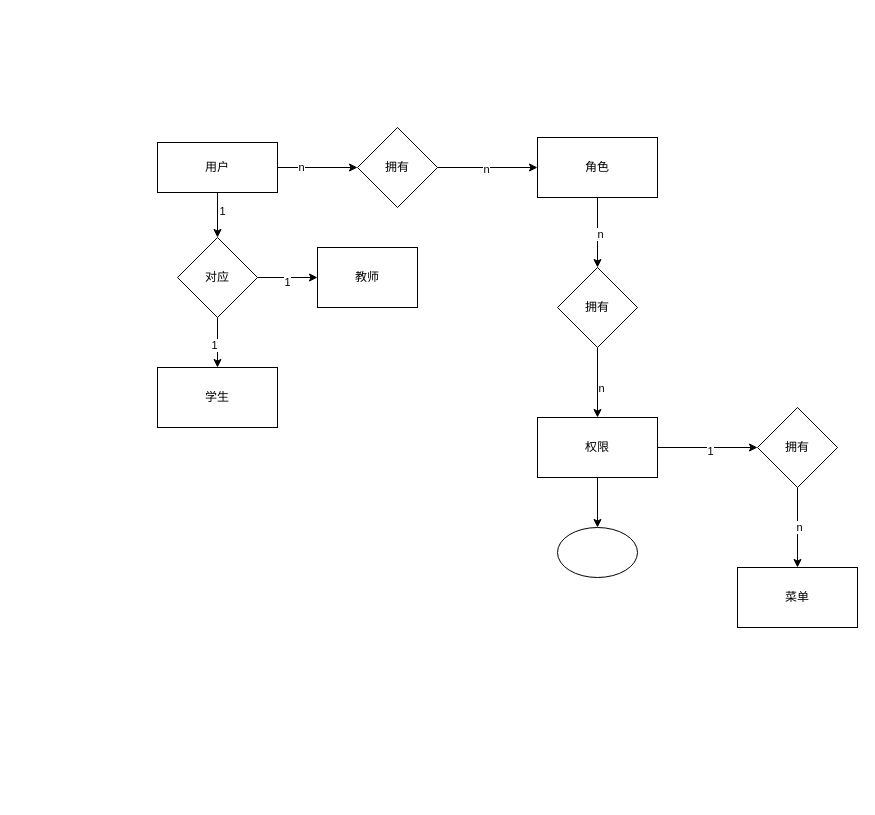
The draw.io diagram 未命名绘图.drawio in ytrLove/text_repo, before the edit. Source tidied: cells renumbered, new cells numbered last; positions are measured from the earlier drawing's top-left corner, leaving out a move shared by most shapes. Both pictures are drawn from the tidied source at 100%, with x=0, y=0 at pixel (157, 127).
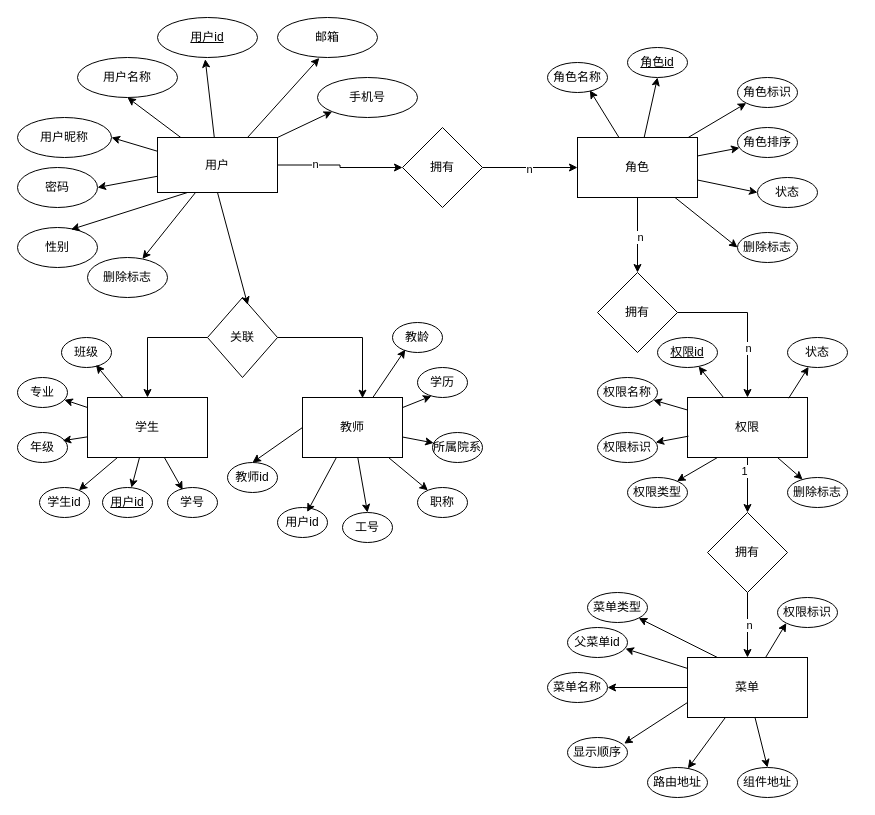
Above is the later version.

Commit message:
用户管理模块er.drawio

The change refers to these unchanged cells:
```xml
<mxCell id="13" style="edgeStyle=orthogonalEdgeStyle;rounded=0;jettySize=auto;html=1;entryX=0.5;entryY=0;entryDx=0;entryDy=0;" parent="1" edge="1" source="15" target="19">
  <mxGeometry relative="1" as="geometry" />
</mxCell>
```

What changed in the source:
```diff
@@
-    <mxCell id="4" style="edgeStyle=orthogonalEdgeStyle;rounded=0;jettySize=auto;html=1;" parent="1" edge="1" source="6" target="28">
-      <mxGeometry relative="1" as="geometry" />
-    </mxCell>
-    <mxCell id="5" value="1" style="edgeLabel;html=1;align=center;verticalAlign=middle;" parent="4" vertex="1">
-      <mxGeometry x="-0.18" y="4" relative="1" as="geometry" />
-    </mxCell>
+    <mxCell id="32" style="edgeStyle=none;rounded=0;jettySize=auto;html=1;entryX=0.5;entryY=1;entryDx=0;entryDy=0;" parent="1" edge="1" source="6" target="58">
+      <mxGeometry relative="1" as="geometry" />
+    </mxCell>
+    <mxCell id="33" style="edgeStyle=none;rounded=0;jettySize=auto;html=1;exitX=0;exitY=0.25;exitDx=0;exitDy=0;entryX=1;entryY=0.5;entryDx=0;entryDy=0;" parent="1" edge="1" source="6" target="59">
+      <mxGeometry relative="1" as="geometry" />
+    </mxCell>
+    <mxCell id="34" style="edgeStyle=none;rounded=0;jettySize=auto;html=1;entryX=1;entryY=0.5;entryDx=0;entryDy=0;" parent="1" edge="1" source="6" target="60">
+      <mxGeometry relative="1" as="geometry" />
+    </mxCell>
+    <mxCell id="35" style="edgeStyle=none;rounded=0;jettySize=auto;html=1;exitX=1;exitY=0;exitDx=0;exitDy=0;entryX=0;entryY=1;entryDx=0;entryDy=0;" parent="1" edge="1" source="6" target="63">
+      <mxGeometry relative="1" as="geometry" />
+    </mxCell>
+    <mxCell id="36" style="edgeStyle=none;rounded=0;jettySize=auto;html=1;" parent="1" edge="1" source="6" target="61">
+      <mxGeometry relative="1" as="geometry" />
+    </mxCell>
     <mxCell id="6" value="用户" style="rounded=0;whiteSpace=wrap;html=1;" parent="1" vertex="1">
-      <mxGeometry y="15" width="120" height="50" as="geometry" />
+      <mxGeometry y="10" width="120" height="55" as="geometry" />
     </mxCell>
@@
     <mxCell id="9" value="拥有" style="rhombus;whiteSpace=wrap;html=1;" parent="1" vertex="1">
-      <mxGeometry x="200" width="80" height="80" as="geometry" />
+      <mxGeometry x="245" width="80" height="80" as="geometry" />
     </mxCell>
@@
+    <mxCell id="37" style="edgeStyle=none;rounded=0;jettySize=auto;html=1;entryX=0.5;entryY=1;entryDx=0;entryDy=0;" parent="1" edge="1" source="12" target="90">
+      <mxGeometry relative="1" as="geometry" />
+    </mxCell>
+    <mxCell id="38" style="edgeStyle=none;rounded=0;jettySize=auto;html=1;entryX=0;entryY=1;entryDx=0;entryDy=0;" parent="1" edge="1" source="12" target="96">
+      <mxGeometry relative="1" as="geometry" />
+    </mxCell>
+    <mxCell id="39" style="edgeStyle=none;rounded=0;jettySize=auto;html=1;" parent="1" edge="1" source="12" target="94">
+      <mxGeometry relative="1" as="geometry" />
+    </mxCell>
+    <mxCell id="40" style="edgeStyle=none;rounded=0;jettySize=auto;html=1;entryX=0;entryY=0.5;entryDx=0;entryDy=0;" parent="1" edge="1" source="12" target="93">
+      <mxGeometry relative="1" as="geometry" />
+    </mxCell>
+    <mxCell id="41" style="edgeStyle=none;rounded=0;jettySize=auto;html=1;entryX=0;entryY=0.5;entryDx=0;entryDy=0;" parent="1" edge="1" source="12" target="95">
+      <mxGeometry relative="1" as="geometry" />
+    </mxCell>
     <mxCell id="12" value="角色" style="rounded=0;whiteSpace=wrap;html=1;" parent="1" vertex="1">
-      <mxGeometry x="380" y="10" width="120" height="60" as="geometry" />
+      <mxGeometry x="420" y="10" width="120" height="60" as="geometry" />
     </mxCell>
@@
     <mxCell id="14" value="n" style="edgeLabel;html=1;align=center;verticalAlign=middle;" parent="13" vertex="1">
-      <mxGeometry x="0.13" y="3" relative="1" as="geometry" />
+      <mxGeometry x="0.36" relative="1" as="geometry" />
     </mxCell>
     <mxCell id="15" value="拥有" style="rhombus;whiteSpace=wrap;html=1;" parent="1" vertex="1">
-      <mxGeometry x="400" y="140" width="80" height="80" as="geometry" />
+      <mxGeometry x="440" y="145" width="80" height="80" as="geometry" />
     </mxCell>
-    <mxCell id="16" style="edgeStyle=orthogonalEdgeStyle;rounded=0;jettySize=auto;html=1;entryX=0;entryY=0.5;entryDx=0;entryDy=0;" parent="1" edge="1" source="19" target="22">
+    <mxCell id="16" style="edgeStyle=orthogonalEdgeStyle;rounded=0;jettySize=auto;html=1;entryX=0.5;entryY=0;entryDx=0;entryDy=0;" parent="1" edge="1" source="19" target="22">
       <mxGeometry relative="1" as="geometry" />
     </mxCell>
-    <mxCell id="17" value="1" style="edgeLabel;html=1;align=center;verticalAlign=middle;" parent="16" vertex="1">
-      <mxGeometry x="0.03" y="-3" relative="1" as="geometry" />
-    </mxCell>
-    <mxCell id="18" style="edgeStyle=orthogonalEdgeStyle;rounded=0;jettySize=auto;html=1;" parent="1" edge="1" source="19" target="31">
-      <mxGeometry relative="1" as="geometry" />
-    </mxCell>
+    <mxCell id="42" value="1" style="edgeLabel;html=1;align=center;verticalAlign=middle;" parent="16" vertex="1">
+      <mxGeometry x="-0.53" y="-4" relative="1" as="geometry" />
+    </mxCell>
+    <mxCell id="43" style="edgeStyle=none;rounded=0;jettySize=auto;html=1;" parent="1" edge="1" source="19" target="97">
+      <mxGeometry relative="1" as="geometry" />
+    </mxCell>
+    <mxCell id="44" style="edgeStyle=none;rounded=0;jettySize=auto;html=1;" parent="1" edge="1" source="19" target="106">
+      <mxGeometry relative="1" as="geometry" />
+    </mxCell>
     <mxCell id="19" value="权限" style="rounded=0;whiteSpace=wrap;html=1;" parent="1" vertex="1">
-      <mxGeometry x="380" y="290" width="120" height="60" as="geometry" />
+      <mxGeometry x="530" y="270" width="120" height="60" as="geometry" />
     </mxCell>
@@
     <mxCell id="22" value="拥有" style="rhombus;whiteSpace=wrap;html=1;" parent="1" vertex="1">
-      <mxGeometry x="600" y="280" width="80" height="80" as="geometry" />
+      <mxGeometry x="550" y="385" width="80" height="80" as="geometry" />
     </mxCell>
+    <mxCell id="45" style="edgeStyle=none;rounded=0;jettySize=auto;html=1;" parent="1" edge="1" source="23" target="107">
+      <mxGeometry relative="1" as="geometry" />
+    </mxCell>
+    <mxCell id="46" style="edgeStyle=none;rounded=0;jettySize=auto;html=1;" parent="1" edge="1" source="23" target="111">
+      <mxGeometry relative="1" as="geometry" />
+    </mxCell>
+    <mxCell id="47" style="edgeStyle=none;rounded=0;jettySize=auto;html=1;entryX=0.5;entryY=0;entryDx=0;entryDy=0;" parent="1" edge="1" source="23" target="113">
+      <mxGeometry relative="1" as="geometry" />
+    </mxCell>
+    <mxCell id="48" style="edgeStyle=none;rounded=0;jettySize=auto;html=1;exitX=0.25;exitY=0;exitDx=0;exitDy=0;entryX=1;entryY=1;entryDx=0;entryDy=0;" parent="1" edge="1" source="23" target="114">
+      <mxGeometry relative="1" as="geometry" />
+    </mxCell>
+    <mxCell id="49" style="edgeStyle=none;rounded=0;jettySize=auto;html=1;entryX=0;entryY=1;entryDx=0;entryDy=0;" parent="1" edge="1" source="23" target="115">
+      <mxGeometry relative="1" as="geometry" />
+    </mxCell>
     <mxCell id="23" value="菜单" style="rounded=0;whiteSpace=wrap;html=1;" parent="1" vertex="1">
-      <mxGeometry x="580" y="440" width="120" height="60" as="geometry" />
+      <mxGeometry x="530" y="530" width="120" height="60" as="geometry" />
     </mxCell>
-    <mxCell id="24" style="edgeStyle=orthogonalEdgeStyle;rounded=0;jettySize=auto;html=1;" parent="1" edge="1" source="28">
-      <mxGeometry relative="1" as="geometry">
-        <mxPoint x="60" y="240" as="targetPoint" />
-      </mxGeometry>
-    </mxCell>
-    <mxCell id="25" value="1" style="edgeLabel;html=1;align=center;verticalAlign=middle;" parent="24" vertex="1">
-      <mxGeometry x="0.09" y="-4" relative="1" as="geometry" />
-    </mxCell>
+    <mxCell id="50" style="edgeStyle=orthogonalEdgeStyle;rounded=0;jettySize=auto;html=1;exitX=0;exitY=0.5;exitDx=0;exitDy=0;entryX=0.5;entryY=0;entryDx=0;entryDy=0;" parent="1" edge="1" source="28" target="29">
+      <mxGeometry relative="1" as="geometry" />
+    </mxCell>
+    <mxCell id="28" value="关联" style="rhombus;whiteSpace=wrap;html=1;rounded=0;" parent="1" vertex="1">
+      <mxGeometry x="50" y="170" width="70" height="80" as="geometry" />
+    </mxCell>
+    <mxCell id="51" style="edgeStyle=none;rounded=0;jettySize=auto;html=1;exitX=0.25;exitY=1;exitDx=0;exitDy=0;" parent="1" edge="1" source="29" target="67">
+      <mxGeometry relative="1" as="geometry" />
+    </mxCell>
+    <mxCell id="52" style="edgeStyle=none;rounded=0;jettySize=auto;html=1;" parent="1" edge="1" source="29" target="68">
+      <mxGeometry relative="1" as="geometry" />
+    </mxCell>
+    <mxCell id="53" style="edgeStyle=none;rounded=0;jettySize=auto;html=1;" parent="1" edge="1" source="29" target="76">
+      <mxGeometry relative="1" as="geometry" />
+    </mxCell>
+    <mxCell id="29" value="学生" style="whiteSpace=wrap;html=1;rounded=0;" parent="1" vertex="1">
+      <mxGeometry x="-70" y="270" width="120" height="60" as="geometry" />
+    </mxCell>
+    <mxCell id="54" style="edgeStyle=none;rounded=0;jettySize=auto;html=1;exitX=0;exitY=0.5;exitDx=0;exitDy=0;entryX=0.5;entryY=0;entryDx=0;entryDy=0;" parent="1" edge="1" source="30" target="80">
+      <mxGeometry relative="1" as="geometry" />
+    </mxCell>
+    <mxCell id="55" style="edgeStyle=none;rounded=0;jettySize=auto;html=1;entryX=0.5;entryY=0;entryDx=0;entryDy=0;" parent="1" edge="1" source="30" target="86">
+      <mxGeometry relative="1" as="geometry" />
+    </mxCell>
+    <mxCell id="56" style="edgeStyle=none;rounded=0;jettySize=auto;html=1;" parent="1" edge="1" source="30" target="83">
+      <mxGeometry relative="1" as="geometry" />
+    </mxCell>
+    <mxCell id="57" style="edgeStyle=none;rounded=0;jettySize=auto;html=1;" parent="1" edge="1" source="30" target="82">
+      <mxGeometry relative="1" as="geometry" />
+    </mxCell>
+    <mxCell id="30" value="教师" style="whiteSpace=wrap;html=1;rounded=0;" parent="1" vertex="1">
+      <mxGeometry x="145" y="270" width="100" height="60" as="geometry" />
+    </mxCell>
+    <mxCell id="58" value="用户名称" style="ellipse;whiteSpace=wrap;html=1;align=center;" parent="1" vertex="1">
+      <mxGeometry x="-80" y="-70" width="100" height="40" as="geometry" />
+    </mxCell>
+    <mxCell id="59" value="用户昵称" style="ellipse;whiteSpace=wrap;html=1;align=center;" parent="1" vertex="1">
+      <mxGeometry x="-140" y="-10" width="94" height="40" as="geometry" />
+    </mxCell>
+    <mxCell id="60" value="密码" style="ellipse;whiteSpace=wrap;html=1;align=center;" parent="1" vertex="1">
+      <mxGeometry x="-140" y="40" width="80" height="40" as="geometry" />
+    </mxCell>
+    <mxCell id="61" value="删除标志" style="ellipse;whiteSpace=wrap;html=1;align=center;" parent="1" vertex="1">
+      <mxGeometry x="-70" y="130" width="80" height="40" as="geometry" />
+    </mxCell>
+    <mxCell id="62" value="性别" style="ellipse;whiteSpace=wrap;html=1;align=center;" parent="1" vertex="1">
+      <mxGeometry x="-140" y="100" width="80" height="40" as="geometry" />
+    </mxCell>
+    <mxCell id="63" value="手机号" style="ellipse;whiteSpace=wrap;html=1;align=center;" parent="1" vertex="1">
+      <mxGeometry x="160" y="-50" width="100" height="40" as="geometry" />
+    </mxCell>
+    <mxCell id="64" value="邮箱" style="ellipse;whiteSpace=wrap;html=1;align=center;" parent="1" vertex="1">
+      <mxGeometry x="120" y="-110" width="100" height="40" as="geometry" />
+    </mxCell>
+    <mxCell id="65" style="edgeStyle=none;rounded=0;jettySize=auto;html=1;exitX=0.75;exitY=0;exitDx=0;exitDy=0;entryX=0.418;entryY=1.012;entryDx=0;entryDy=0;entryPerimeter=0;" parent="1" edge="1" source="6" target="64">
+      <mxGeometry relative="1" as="geometry" />
+    </mxCell>
+    <mxCell id="66" style="edgeStyle=none;rounded=0;jettySize=auto;html=1;exitX=0.25;exitY=1;exitDx=0;exitDy=0;entryX=0.669;entryY=0.051;entryDx=0;entryDy=0;entryPerimeter=0;" parent="1" edge="1" source="6" target="62">
+      <mxGeometry relative="1" as="geometry" />
+    </mxCell>
+    <mxCell id="67" value="学生id" style="ellipse;whiteSpace=wrap;html=1;align=center;" parent="1" vertex="1">
+      <mxGeometry x="-118" y="360" width="50" height="30" as="geometry" />
+    </mxCell>
+    <mxCell id="68" value="用户id" style="ellipse;whiteSpace=wrap;html=1;align=center;fontStyle=4;" parent="1" vertex="1">
+      <mxGeometry x="-55" y="360" width="50" height="30" as="geometry" />
+    </mxCell>
+    <mxCell id="69" value="学号" style="ellipse;whiteSpace=wrap;html=1;align=center;" parent="1" vertex="1">
+      <mxGeometry x="10" y="360" width="50" height="30" as="geometry" />
+    </mxCell>
+    <mxCell id="70" style="edgeStyle=none;rounded=0;jettySize=auto;html=1;entryX=0.303;entryY=0.08;entryDx=0;entryDy=0;entryPerimeter=0;" parent="1" edge="1" source="29" target="69">
+      <mxGeometry relative="1" as="geometry" />
+    </mxCell>
+    <mxCell id="71" value="用户id" style="ellipse;whiteSpace=wrap;html=1;align=center;fontStyle=4;" parent="1" vertex="1">
+      <mxGeometry y="-110" width="100" height="40" as="geometry" />
+    </mxCell>
+    <mxCell id="72" style="edgeStyle=none;rounded=0;jettySize=auto;html=1;entryX=0.477;entryY=1.043;entryDx=0;entryDy=0;entryPerimeter=0;" parent="1" edge="1" source="6" target="71">
+      <mxGeometry relative="1" as="geometry" />
+    </mxCell>
+    <mxCell id="73" style="edgeStyle=none;rounded=0;orthogonalLoop=1;jettySize=auto;html=1;exitX=0.5;exitY=1;exitDx=0;exitDy=0;" parent="1" edge="1" source="69" target="69">
+      <mxGeometry relative="1" as="geometry" />
+    </mxCell>
+    <mxCell id="74" style="edgeStyle=none;rounded=0;orthogonalLoop=1;jettySize=auto;html=1;entryX=0.5;entryY=0;entryDx=0;entryDy=0;" parent="1" edge="1" source="28" target="28">
+      <mxGeometry relative="1" as="geometry" />
+    </mxCell>
+    <mxCell id="4" style="edgeStyle=none;rounded=0;jettySize=auto;html=1;exitX=0.5;exitY=1;exitDx=0;exitDy=0;entryX=0.575;entryY=0.092;entryDx=0;entryDy=0;entryPerimeter=0;" parent="1" edge="1" source="6" target="28">
+      <mxGeometry relative="1" as="geometry" />
+    </mxCell>
-    <mxCell id="26" style="edgeStyle=orthogonalEdgeStyle;rounded=0;jettySize=auto;html=1;" parent="1" edge="1" source="28" target="30">
+    <mxCell id="26" style="edgeStyle=orthogonalEdgeStyle;rounded=0;jettySize=auto;html=1;entryX=0.6;entryY=0.011;entryDx=0;entryDy=0;entryPerimeter=0;" parent="1" edge="1" source="28" target="30">
       <mxGeometry relative="1" as="geometry" />
     </mxCell>
-    <mxCell id="27" value="1" style="edgeLabel;html=1;align=center;verticalAlign=middle;" parent="26" vertex="1">
-      <mxGeometry x="-0.04" y="-4" relative="1" as="geometry" />
-    </mxCell>
-    <mxCell id="28" value="对应" style="rhombus;whiteSpace=wrap;html=1;rounded=0;" parent="1" vertex="1">
-      <mxGeometry x="20" y="110" width="80" height="80" as="geometry" />
-    </mxCell>
-    <mxCell id="29" value="学生" style="whiteSpace=wrap;html=1;rounded=0;" parent="1" vertex="1">
-      <mxGeometry y="240" width="120" height="60" as="geometry" />
-    </mxCell>
-    <mxCell id="30" value="教师" style="whiteSpace=wrap;html=1;rounded=0;" parent="1" vertex="1">
-      <mxGeometry x="160" y="120" width="100" height="60" as="geometry" />
-    </mxCell>
-    <mxCell id="31" style="ellipse;whiteSpace=wrap;html=1;rounded=0;" parent="1" vertex="1">
-      <mxGeometry x="400" y="400" width="80" height="50" as="geometry" />
-    </mxCell>
+    <mxCell id="75" value="年级" style="ellipse;whiteSpace=wrap;html=1;align=center;" parent="1" vertex="1">
+      <mxGeometry x="-140" y="305" width="50" height="30" as="geometry" />
+    </mxCell>
+    <mxCell id="76" value="专业" style="ellipse;whiteSpace=wrap;html=1;align=center;" parent="1" vertex="1">
+      <mxGeometry x="-140" y="250" width="50" height="30" as="geometry" />
+    </mxCell>
+    <mxCell id="77" value="班级" style="ellipse;whiteSpace=wrap;html=1;align=center;" parent="1" vertex="1">
+      <mxGeometry x="-96" y="210" width="50" height="30" as="geometry" />
+    </mxCell>
+    <mxCell id="78" style="edgeStyle=none;rounded=0;jettySize=auto;html=1;entryX=0.904;entryY=0.274;entryDx=0;entryDy=0;entryPerimeter=0;" parent="1" edge="1" source="29" target="75">
+      <mxGeometry relative="1" as="geometry" />
+    </mxCell>
+    <mxCell id="79" style="edgeStyle=none;rounded=0;jettySize=auto;html=1;entryX=0.69;entryY=0.916;entryDx=0;entryDy=0;entryPerimeter=0;" parent="1" edge="1" source="29" target="77">
+      <mxGeometry relative="1" as="geometry" />
+    </mxCell>
+    <mxCell id="80" value="教师id" style="ellipse;whiteSpace=wrap;html=1;align=center;" parent="1" vertex="1">
+      <mxGeometry x="70" y="335" width="50" height="30" as="geometry" />
+    </mxCell>
+    <mxCell id="81" value="用户id" style="ellipse;whiteSpace=wrap;html=1;align=center;" parent="1" vertex="1">
+      <mxGeometry x="120" y="380" width="50" height="30" as="geometry" />
+    </mxCell>
+    <mxCell id="82" value="职称" style="ellipse;whiteSpace=wrap;html=1;align=center;" parent="1" vertex="1">
+      <mxGeometry x="260" y="360" width="50" height="30" as="geometry" />
+    </mxCell>
+    <mxCell id="83" value="所属院系" style="ellipse;whiteSpace=wrap;html=1;align=center;" parent="1" vertex="1">
+      <mxGeometry x="275" y="305" width="50" height="30" as="geometry" />
+    </mxCell>
+    <mxCell id="84" value="学历" style="ellipse;whiteSpace=wrap;html=1;align=center;" parent="1" vertex="1">
+      <mxGeometry x="260" y="240" width="50" height="30" as="geometry" />
+    </mxCell>
+    <mxCell id="85" value="教龄" style="ellipse;whiteSpace=wrap;html=1;align=center;" parent="1" vertex="1">
+      <mxGeometry x="235" y="195" width="50" height="30" as="geometry" />
+    </mxCell>
+    <mxCell id="86" value="工号" style="ellipse;whiteSpace=wrap;html=1;align=center;" parent="1" vertex="1">
+      <mxGeometry x="185" y="385" width="50" height="30" as="geometry" />
+    </mxCell>
+    <mxCell id="87" style="edgeStyle=none;rounded=0;jettySize=auto;html=1;entryX=0.593;entryY=0.148;entryDx=0;entryDy=0;entryPerimeter=0;" parent="1" edge="1" source="30" target="81">
+      <mxGeometry relative="1" as="geometry" />
+    </mxCell>
+    <mxCell id="88" style="edgeStyle=none;rounded=0;jettySize=auto;html=1;entryX=0.279;entryY=0.952;entryDx=0;entryDy=0;entryPerimeter=0;" parent="1" edge="1" source="30" target="84">
+      <mxGeometry relative="1" as="geometry" />
+    </mxCell>
+    <mxCell id="89" style="edgeStyle=none;rounded=0;jettySize=auto;html=1;entryX=0.255;entryY=0.905;entryDx=0;entryDy=0;entryPerimeter=0;" parent="1" edge="1" source="30" target="85">
+      <mxGeometry relative="1" as="geometry" />
+    </mxCell>
+    <mxCell id="90" value="角色id" style="ellipse;whiteSpace=wrap;html=1;align=center;fontStyle=4;" parent="1" vertex="1">
+      <mxGeometry x="470" y="-80" width="60" height="30" as="geometry" />
+    </mxCell>
+    <mxCell id="91" value="角色名称" style="ellipse;whiteSpace=wrap;html=1;align=center;" parent="1" vertex="1">
+      <mxGeometry x="390" y="-65" width="60" height="30" as="geometry" />
+    </mxCell>
+    <mxCell id="92" style="edgeStyle=none;rounded=0;jettySize=auto;html=1;entryX=0.706;entryY=0.927;entryDx=0;entryDy=0;entryPerimeter=0;" parent="1" edge="1" source="12" target="91">
+      <mxGeometry relative="1" as="geometry" />
+    </mxCell>
+    <mxCell id="93" value="状态" style="ellipse;whiteSpace=wrap;html=1;align=center;" parent="1" vertex="1">
+      <mxGeometry x="600" y="50" width="60" height="30" as="geometry" />
+    </mxCell>
+    <mxCell id="94" value="角色排序" style="ellipse;whiteSpace=wrap;html=1;align=center;" parent="1" vertex="1">
+      <mxGeometry x="580" width="60" height="30" as="geometry" />
+    </mxCell>
+    <mxCell id="95" value="删除标志" style="ellipse;whiteSpace=wrap;html=1;align=center;" parent="1" vertex="1">
+      <mxGeometry x="580" y="105" width="60" height="30" as="geometry" />
+    </mxCell>
+    <mxCell id="96" value="角色标识" style="ellipse;whiteSpace=wrap;html=1;align=center;" parent="1" vertex="1">
+      <mxGeometry x="580" y="-50" width="60" height="30" as="geometry" />
+    </mxCell>
+    <mxCell id="97" value="权限名称" style="ellipse;whiteSpace=wrap;html=1;align=center;" parent="1" vertex="1">
+      <mxGeometry x="440" y="250" width="60" height="30" as="geometry" />
+    </mxCell>
+    <mxCell id="98" style="edgeStyle=none;rounded=0;jettySize=auto;html=1;exitX=0.008;exitY=0.645;exitDx=0;exitDy=0;exitPerimeter=0;" parent="1" edge="1" source="19" target="99">
+      <mxGeometry relative="1" as="geometry" />
+    </mxCell>
+    <mxCell id="99" value="权限标识" style="ellipse;whiteSpace=wrap;html=1;align=center;" parent="1" vertex="1">
+      <mxGeometry x="440" y="305" width="60" height="30" as="geometry" />
+    </mxCell>
+    <mxCell id="100" style="edgeStyle=none;rounded=0;jettySize=auto;html=1;exitX=0.25;exitY=1;exitDx=0;exitDy=0;" parent="1" edge="1" source="19" target="101">
+      <mxGeometry relative="1" as="geometry" />
+    </mxCell>
+    <mxCell id="101" value="权限类型" style="ellipse;whiteSpace=wrap;html=1;align=center;" parent="1" vertex="1">
+      <mxGeometry x="470" y="350" width="60" height="30" as="geometry" />
+    </mxCell>
+    <mxCell id="102" style="edgeStyle=none;rounded=0;jettySize=auto;html=1;exitX=0.843;exitY=0.012;exitDx=0;exitDy=0;exitPerimeter=0;" parent="1" edge="1" source="19" target="103">
+      <mxGeometry relative="1" as="geometry" />
+    </mxCell>
+    <mxCell id="103" value="状态" style="ellipse;whiteSpace=wrap;html=1;align=center;" parent="1" vertex="1">
+      <mxGeometry x="630" y="210" width="60" height="30" as="geometry" />
+    </mxCell>
+    <mxCell id="104" style="edgeStyle=none;rounded=0;jettySize=auto;html=1;exitX=0.75;exitY=1;exitDx=0;exitDy=0;" parent="1" edge="1" source="19" target="105">
+      <mxGeometry relative="1" as="geometry" />
+    </mxCell>
+    <mxCell id="105" value="删除标志" style="ellipse;whiteSpace=wrap;html=1;align=center;" parent="1" vertex="1">
+      <mxGeometry x="630" y="350" width="60" height="30" as="geometry" />
+    </mxCell>
+    <mxCell id="106" value="权限id" style="ellipse;whiteSpace=wrap;html=1;align=center;fontStyle=4;" parent="1" vertex="1">
+      <mxGeometry x="500" y="210" width="60" height="30" as="geometry" />
+    </mxCell>
+    <mxCell id="107" value="菜单名称" style="ellipse;whiteSpace=wrap;html=1;align=center;" parent="1" vertex="1">
+      <mxGeometry x="390" y="545" width="60" height="30" as="geometry" />
+    </mxCell>
+    <mxCell id="108" value="父菜单id" style="ellipse;whiteSpace=wrap;html=1;align=center;" parent="1" vertex="1">
+      <mxGeometry x="410" y="500" width="60" height="30" as="geometry" />
+    </mxCell>
+    <mxCell id="109" style="edgeStyle=none;rounded=0;jettySize=auto;html=1;entryX=0.966;entryY=0.707;entryDx=0;entryDy=0;entryPerimeter=0;" parent="1" edge="1" source="23" target="108">
+      <mxGeometry relative="1" as="geometry" />
+    </mxCell>
+    <mxCell id="110" value="显示顺序" style="ellipse;whiteSpace=wrap;html=1;align=center;" parent="1" vertex="1">
+      <mxGeometry x="410" y="610" width="60" height="30" as="geometry" />
+    </mxCell>
+    <mxCell id="111" value="路由地址" style="ellipse;whiteSpace=wrap;html=1;align=center;" parent="1" vertex="1">
+      <mxGeometry x="490" y="640" width="60" height="30" as="geometry" />
+    </mxCell>
+    <mxCell id="112" style="edgeStyle=none;rounded=0;jettySize=auto;html=1;exitX=0;exitY=0.75;exitDx=0;exitDy=0;entryX=0.944;entryY=0.204;entryDx=0;entryDy=0;entryPerimeter=0;" parent="1" edge="1" source="23" target="110">
+      <mxGeometry relative="1" as="geometry" />
+    </mxCell>
+    <mxCell id="113" value="组件地址" style="ellipse;whiteSpace=wrap;html=1;align=center;" parent="1" vertex="1">
+      <mxGeometry x="580" y="640" width="60" height="30" as="geometry" />
+    </mxCell>
+    <mxCell id="114" value="菜单类型" style="ellipse;whiteSpace=wrap;html=1;align=center;" parent="1" vertex="1">
+      <mxGeometry x="430" y="465" width="60" height="30" as="geometry" />
+    </mxCell>
+    <mxCell id="115" value="权限标识" style="ellipse;whiteSpace=wrap;html=1;align=center;" parent="1" vertex="1">
+      <mxGeometry x="620" y="470" width="60" height="30" as="geometry" />
+    </mxCell>
```
